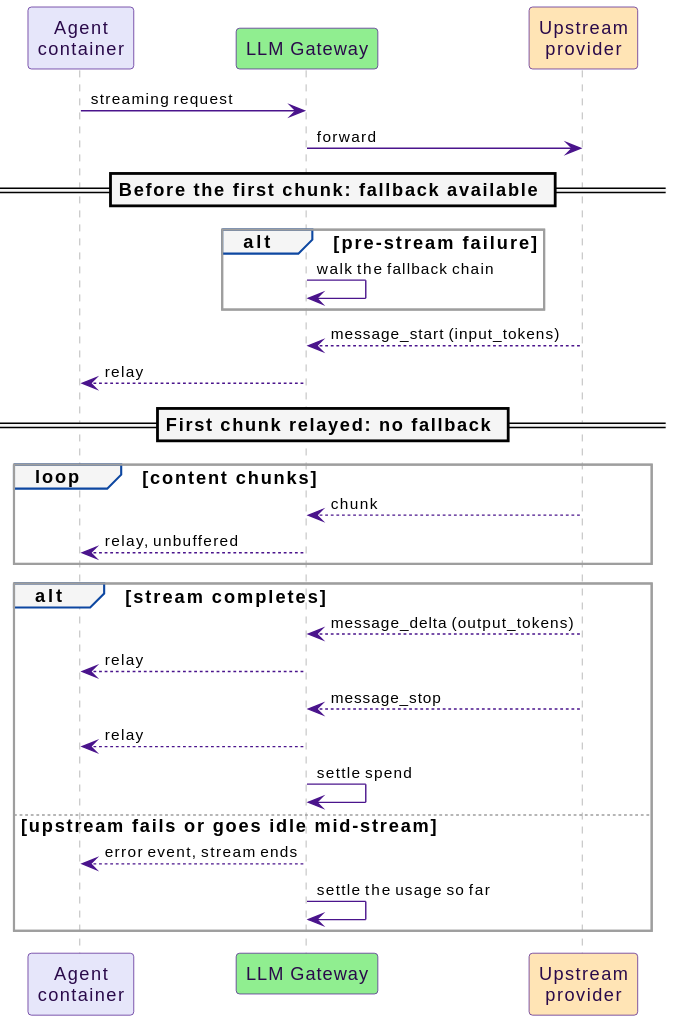
Above: docs/src/diagrams/llm-streaming.svg in win07xp/kaalm (PlantUML), before the change.
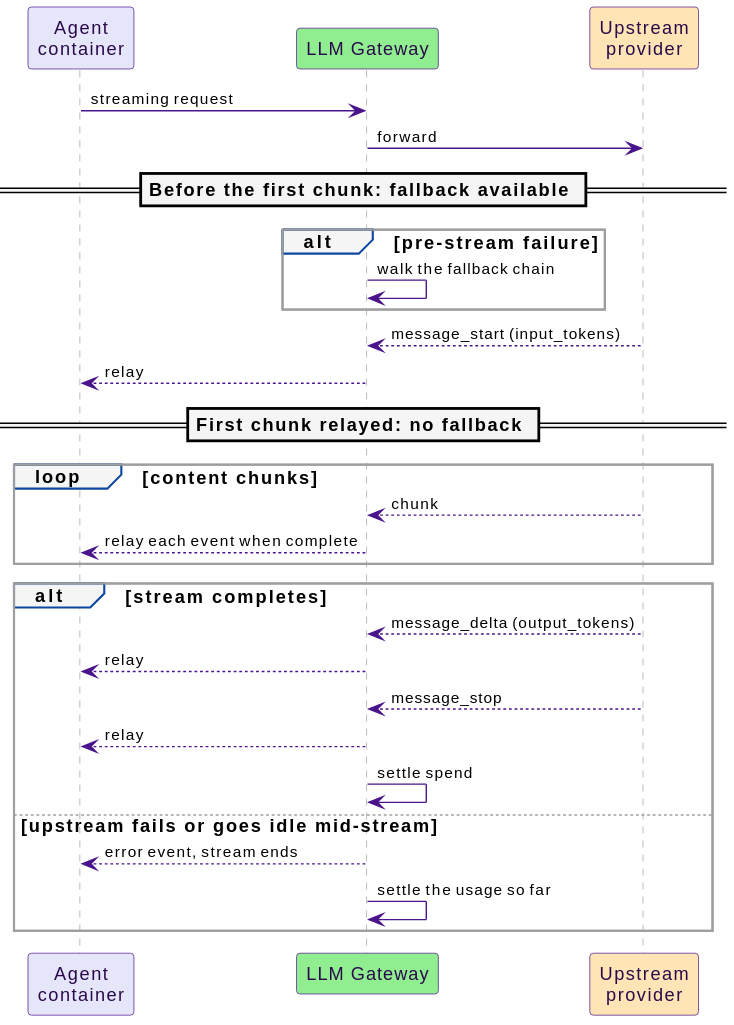
Above is the later version.

Commit message:
docs(gateway): describe per-event stream relay, body pass-through, and duplicate routing fields

Diff of the diagram source:
```diff
@@ -18,7 +18,7 @@
 == First chunk relayed: no fallback ==
 loop content chunks
   prov --> gw : chunk
-  gw --> agent : relay, unbuffered
+  gw --> agent : relay each event when complete
 end
 alt stream completes
   prov --> gw : message_delta (output_tokens)
```
